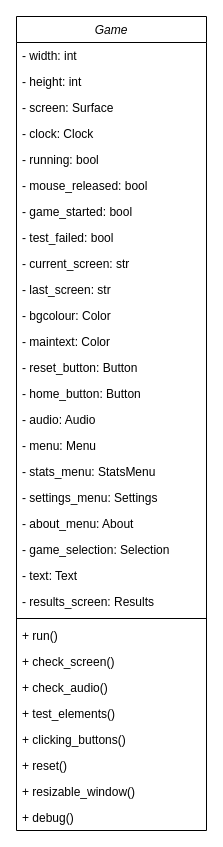
Bxnetic/wahtype keeps this draw.io diagram as diagrams/classes/gameClass.drawio. Above is the earlier version. Source tidied: cells renumbered, new cells numbered last; positions are measured from the earlier drawing's top-left corner, leaving out a move shared by most shapes. Both pictures are drawn from the tidied source at 100%, with x=0, y=0 at pixel (16, 16).
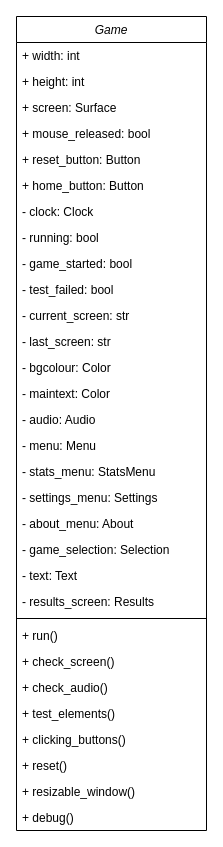
The same diagram, later.

Unchanged cells that the change refers to:
```xml
<mxCell id="2" value="Game" style="swimlane;fontStyle=2;align=center;verticalAlign=top;horizontal=1;startSize=26;rounded=0;shadow=0;strokeWidth=1;" parent="1" vertex="1">
  <mxGeometry width="190" height="814" as="geometry" />
</mxCell>
```

The edit, as a diff of the source:
```diff
@@
-    <mxCell id="3" value="- width: int" style="text;align=left;verticalAlign=top;spacingLeft=4;spacingRight=4;overflow=hidden;" parent="2" vertex="1">
+    <mxCell id="3" value="+ width: int" style="text;align=left;verticalAlign=top;spacingLeft=4;spacingRight=4;overflow=hidden;" parent="2" vertex="1">
       <mxGeometry y="26" width="190" height="26" as="geometry" />
     </mxCell>
-    <mxCell id="4" value="- height: int" style="text;align=left;verticalAlign=top;spacingLeft=4;spacingRight=4;overflow=hidden;rounded=0;shadow=0;html=0;" parent="2" vertex="1">
+    <mxCell id="4" value="+ height: int" style="text;align=left;verticalAlign=top;spacingLeft=4;spacingRight=4;overflow=hidden;rounded=0;shadow=0;html=0;" parent="2" vertex="1">
       <mxGeometry y="52" width="190" height="26" as="geometry" />
     </mxCell>
-    <mxCell id="5" value="- screen: Surface" style="text;align=left;verticalAlign=top;spacingLeft=4;spacingRight=4;overflow=hidden;rounded=0;shadow=0;html=0;" parent="2" vertex="1">
+    <mxCell id="5" value="+ screen: Surface" style="text;align=left;verticalAlign=top;spacingLeft=4;spacingRight=4;overflow=hidden;rounded=0;shadow=0;html=0;" parent="2" vertex="1">
       <mxGeometry y="78" width="190" height="26" as="geometry" />
     </mxCell>
+    <mxCell id="8" value="+ mouse_released: bool" style="text;align=left;verticalAlign=top;spacingLeft=4;spacingRight=4;overflow=hidden;rounded=0;shadow=0;html=0;" parent="2" vertex="1">
+      <mxGeometry y="104" width="190" height="26" as="geometry" />
+    </mxCell>
+    <mxCell id="15" value="+ reset_button: Button" style="text;align=left;verticalAlign=top;spacingLeft=4;spacingRight=4;overflow=hidden;rounded=0;shadow=0;html=0;" parent="2" vertex="1">
+      <mxGeometry y="130" width="190" height="26" as="geometry" />
+    </mxCell>
+    <mxCell id="16" value="+ home_button: Button" style="text;align=left;verticalAlign=top;spacingLeft=4;spacingRight=4;overflow=hidden;rounded=0;shadow=0;html=0;" parent="2" vertex="1">
+      <mxGeometry y="156" width="190" height="26" as="geometry" />
+    </mxCell>
     <mxCell id="6" value="- clock: Clock" style="text;align=left;verticalAlign=top;spacingLeft=4;spacingRight=4;overflow=hidden;rounded=0;shadow=0;html=0;" parent="2" vertex="1">
-      <mxGeometry y="104" width="190" height="26" as="geometry" />
+      <mxGeometry y="182" width="190" height="26" as="geometry" />
     </mxCell>
     <mxCell id="7" value="- running: bool" style="text;align=left;verticalAlign=top;spacingLeft=4;spacingRight=4;overflow=hidden;rounded=0;shadow=0;html=0;" parent="2" vertex="1">
-      <mxGeometry y="130" width="190" height="26" as="geometry" />
+      <mxGeometry y="208" width="190" height="26" as="geometry" />
     </mxCell>
-    <mxCell id="8" value="- mouse_released: bool" style="text;align=left;verticalAlign=top;spacingLeft=4;spacingRight=4;overflow=hidden;rounded=0;shadow=0;html=0;" parent="2" vertex="1">
-      <mxGeometry y="156" width="190" height="26" as="geometry" />
-    </mxCell>
     <mxCell id="9" value="- game_started: bool" style="text;align=left;verticalAlign=top;spacingLeft=4;spacingRight=4;overflow=hidden;rounded=0;shadow=0;html=0;" parent="2" vertex="1">
-      <mxGeometry y="182" width="190" height="26" as="geometry" />
+      <mxGeometry y="234" width="190" height="26" as="geometry" />
     </mxCell>
     <mxCell id="10" value="- test_failed: bool" style="text;align=left;verticalAlign=top;spacingLeft=4;spacingRight=4;overflow=hidden;rounded=0;shadow=0;html=0;" parent="2" vertex="1">
-      <mxGeometry y="208" width="190" height="26" as="geometry" />
+      <mxGeometry y="260" width="190" height="26" as="geometry" />
     </mxCell>
     <mxCell id="11" value="- current_screen: str" style="text;align=left;verticalAlign=top;spacingLeft=4;spacingRight=4;overflow=hidden;rounded=0;shadow=0;html=0;" parent="2" vertex="1">
-      <mxGeometry y="234" width="190" height="26" as="geometry" />
+      <mxGeometry y="286" width="190" height="26" as="geometry" />
     </mxCell>
     <mxCell id="12" value="- last_screen: str" style="text;align=left;verticalAlign=top;spacingLeft=4;spacingRight=4;overflow=hidden;rounded=0;shadow=0;html=0;" parent="2" vertex="1">
-      <mxGeometry y="260" width="190" height="26" as="geometry" />
+      <mxGeometry y="312" width="190" height="26" as="geometry" />
     </mxCell>
     <mxCell id="13" value="- bgcolour: Color" style="text;align=left;verticalAlign=top;spacingLeft=4;spacingRight=4;overflow=hidden;rounded=0;shadow=0;html=0;" parent="2" vertex="1">
-      <mxGeometry y="286" width="190" height="26" as="geometry" />
+      <mxGeometry y="338" width="190" height="26" as="geometry" />
     </mxCell>
     <mxCell id="14" value="- maintext: Color" style="text;align=left;verticalAlign=top;spacingLeft=4;spacingRight=4;overflow=hidden;rounded=0;shadow=0;html=0;" parent="2" vertex="1">
-      <mxGeometry y="312" width="190" height="26" as="geometry" />
+      <mxGeometry y="364" width="190" height="26" as="geometry" />
     </mxCell>
-    <mxCell id="15" value="- reset_button: Button" style="text;align=left;verticalAlign=top;spacingLeft=4;spacingRight=4;overflow=hidden;rounded=0;shadow=0;html=0;" parent="2" vertex="1">
-      <mxGeometry y="338" width="190" height="26" as="geometry" />
-    </mxCell>
-    <mxCell id="16" value="- home_button: Button" style="text;align=left;verticalAlign=top;spacingLeft=4;spacingRight=4;overflow=hidden;rounded=0;shadow=0;html=0;" parent="2" vertex="1">
-      <mxGeometry y="364" width="190" height="26" as="geometry" />
-    </mxCell>
```
